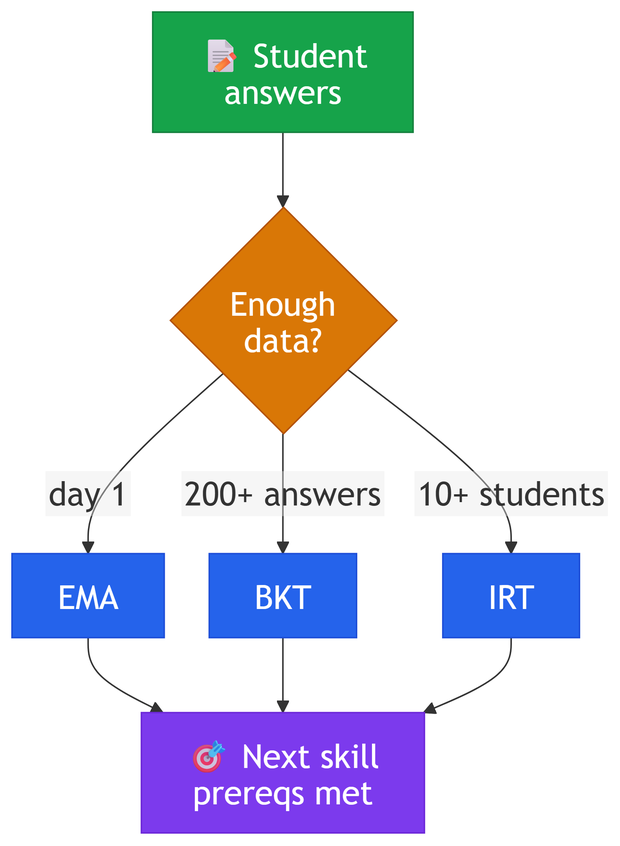
adarsh-67r/Anvesh keeps this Mermaid diagram as docs/mermaid/ppt/pipeline-compact.png. Above is the earlier version. Its source is kept beside it as docs/mermaid/ppt/pipeline-compact.mmd.
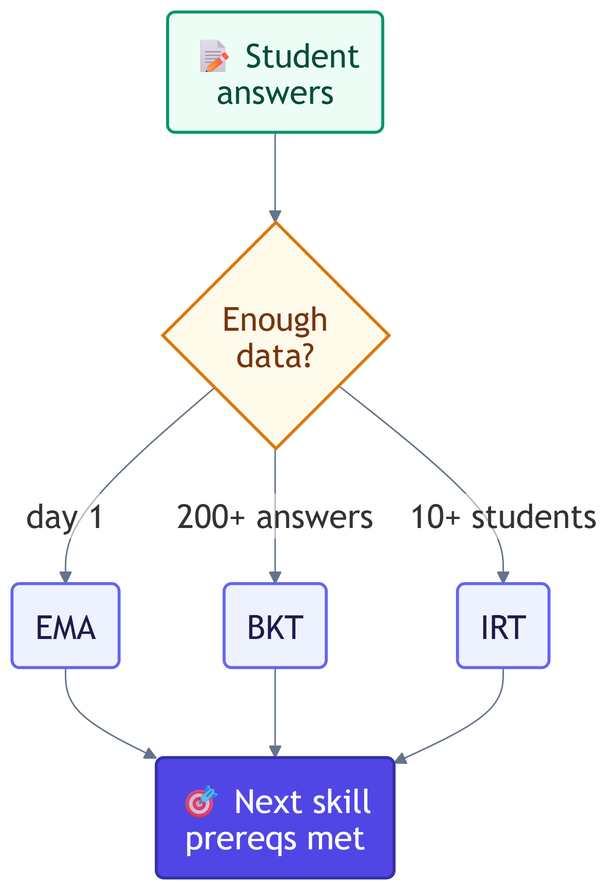
Above is the later version.

Change to the diagram source:
```diff
@@ -1,18 +1,18 @@
-%%{init: {'themeVariables': {'fontSize': '22px'}, 'flowchart': {'nodeSpacing': 30, 'rankSpacing': 50}}}%%
+%%{init: {'theme': 'base', 'themeVariables': {'fontSize': '22px', 'lineColor': '#64748B', 'edgeLabelBackground': '#FFFFFF', 'textColor': '#334155'}, 'flowchart': {'nodeSpacing': 70, 'rankSpacing': 60, 'curve': 'basis'}}}%%
 flowchart TB
-    ANS["📝 Student<br/>answers"] --> ORC{"Enough<br/>data?"}
-    ORC -->|day 1| EMA["EMA"]
-    ORC -->|200+ answers| BKT["BKT"]
-    ORC -->|10+ students| IRT["IRT"]
-    EMA --> NEXT["🎯 Next skill<br/>prereqs met"]
+    ANS("📝 Student<br/>answers") --> ORC{"Enough<br/>data?"}
+    ORC -->|day 1| EMA("EMA")
+    ORC -->|200+ answers| BKT("BKT")
+    ORC -->|10+ students| IRT("IRT")
+    EMA --> NEXT("🎯 Next skill<br/>prereqs met")
     BKT --> NEXT
     IRT --> NEXT
 
-    classDef input fill:#16a34a,stroke:#15803d,color:#fff
-    classDef orch fill:#d97706,stroke:#b45309,color:#fff
-    classDef phase fill:#2563eb,stroke:#1d4ed8,color:#fff
-    classDef out fill:#7c3aed,stroke:#6d28d9,color:#fff
+    classDef input fill:#ECFDF5,stroke:#059669,stroke-width:2px,color:#064E3B
+    classDef orch fill:#FFFBEB,stroke:#D97706,stroke-width:2px,color:#78350F
+    classDef phase fill:#EEF2FF,stroke:#6366F1,stroke-width:2px,color:#1E1B4B
+    classDef hero fill:#4F46E5,stroke:#3730A3,stroke-width:2px,color:#FFFFFF
     class ANS input
     class ORC orch
     class EMA,BKT,IRT phase
-    class NEXT out
+    class NEXT hero
```
